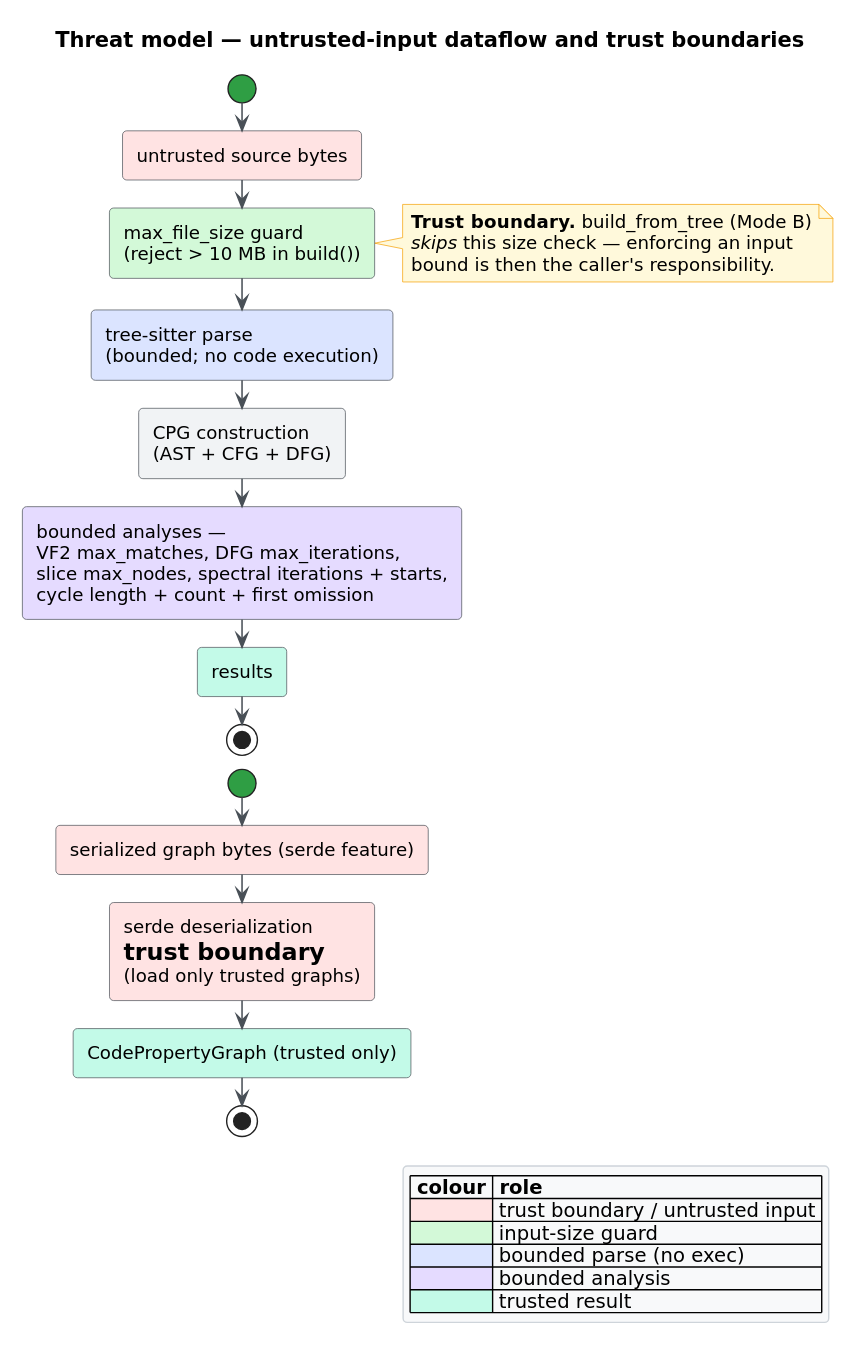
This is docs/diagrams/threat-model-dataflow.svg from vinary-tree/libcpg, a PlantUML export, as it was before one commit. Its source is kept beside it as docs/diagrams/threat-model-dataflow.puml.
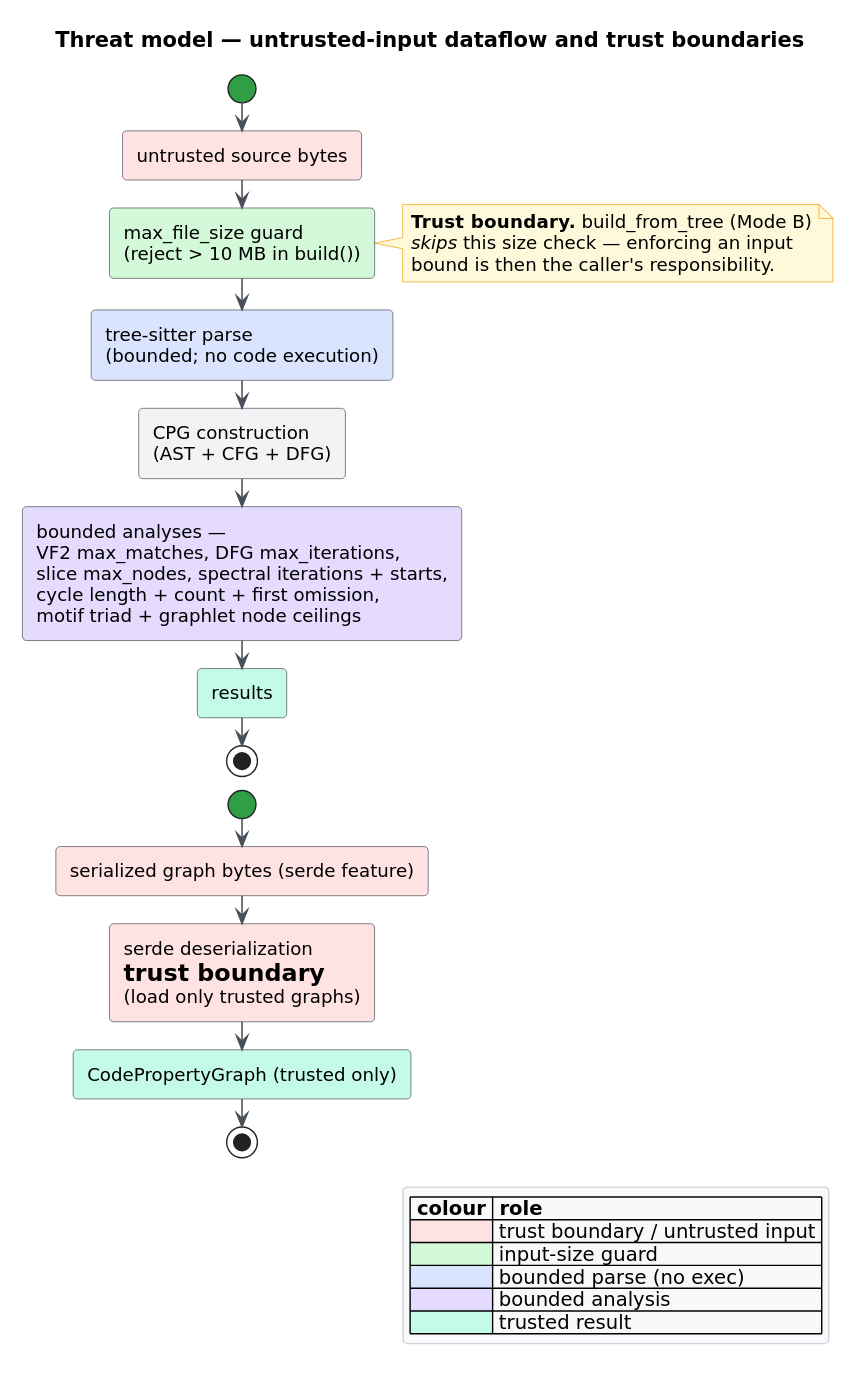
The same file after the commit.

Diff of the diagram source:
```diff
@@ -18,7 +18,8 @@
 :bounded analyses —
 VF2 max_matches, DFG max_iterations,
 slice max_nodes, spectral iterations + starts,
-cycle length + count + first omission;<<#E5DBFF>>
+cycle length + count + first omission,
+motif triad + graphlet node ceilings;<<#E5DBFF>>
 :results;<<#C3FAE8>>
 stop
 
```
